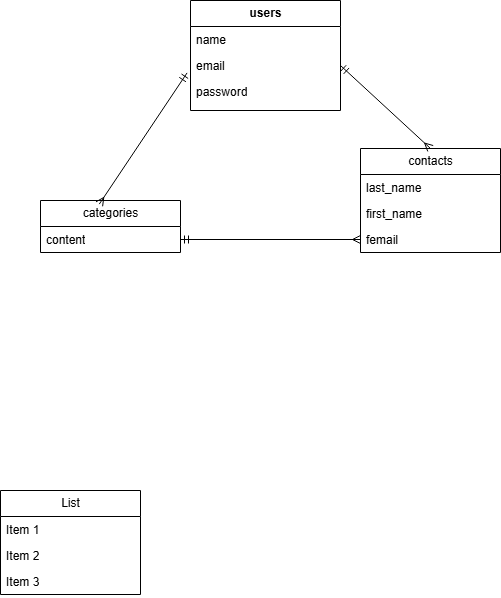
Above: docs/erd.png in gally5ag/test-form (draw.io), before the change. Source tidied: cells renumbered, new cells last; positions are measured from the earlier drawing's top-left corner, leaving out a move shared by most shapes.
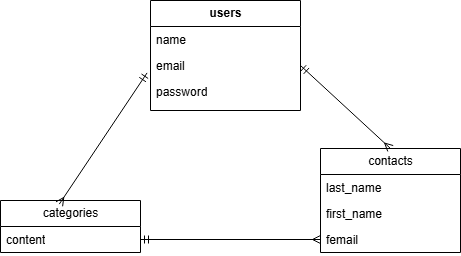
After the change.

Change to the diagram source:
```diff
@@ -2,18 +2,6 @@
   <root>
     <mxCell id="0" />
     <mxCell id="1" parent="0" />
-    <mxCell id="2" value="List" style="swimlane;fontStyle=0;horizontal=1;startSize=26;fillColor=none;html=1;" parent="1" vertex="1">
-      <mxGeometry y="490" width="140" height="104" as="geometry" />
-    </mxCell>
-    <mxCell id="3" value="Item 1" style="text;strokeColor=none;fillColor=none;align=left;verticalAlign=top;spacingLeft=4;spacingRight=4;overflow=hidden;whiteSpace=wrap;html=1;" parent="2" vertex="1">
-      <mxGeometry y="26" width="140" height="26" as="geometry" />
-    </mxCell>
-    <mxCell id="4" value="Item 2" style="text;strokeColor=none;fillColor=none;align=left;verticalAlign=top;spacingLeft=4;spacingRight=4;overflow=hidden;whiteSpace=wrap;html=1;" parent="2" vertex="1">
-      <mxGeometry y="52" width="140" height="26" as="geometry" />
-    </mxCell>
-    <mxCell id="5" value="Item 3" style="text;strokeColor=none;fillColor=none;align=left;verticalAlign=top;spacingLeft=4;spacingRight=4;overflow=hidden;whiteSpace=wrap;html=1;" parent="2" vertex="1">
-      <mxGeometry y="78" width="140" height="26" as="geometry" />
-    </mxCell>
     <mxCell id="6" value="categories" style="swimlane;fontStyle=0;horizontal=1;startSize=26;fillColor=none;html=1;" parent="1" vertex="1">
       <mxGeometry x="40" y="200" width="140" height="52" as="geometry" />
     </mxCell>
```
